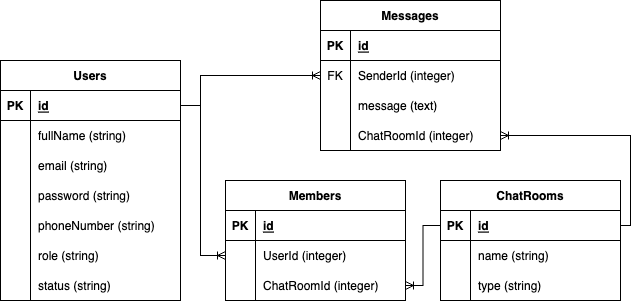
The draw.io diagram server/ERD.png in joshnatanael/Chatting-Apps, before a commit. Source tidied: cells renumbered, new cells last; positions are measured from the earlier drawing's top-left corner, leaving out a move shared by most shapes.
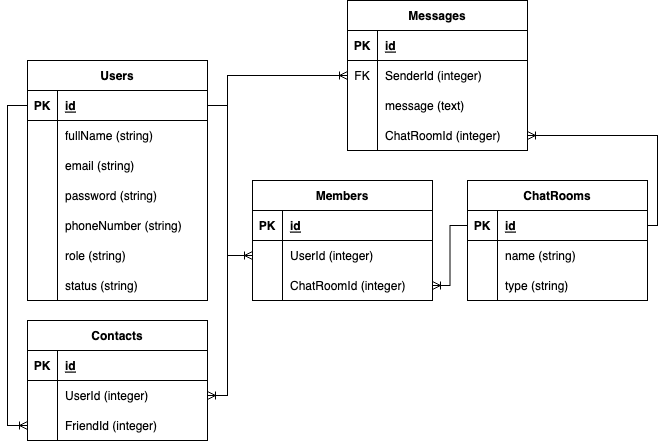
Above is the later version.

Change to the diagram source:
```diff
@@ -189,5 +189,51 @@
     <mxCell id="60" style="edgeStyle=orthogonalEdgeStyle;fontSize=12;html=1;endArrow=ERoneToMany;rounded=0;exitX=1;exitY=0.5;exitDx=0;exitDy=0;entryX=1;entryY=0.5;entryDx=0;entryDy=0;" parent="1" edge="1" source="39" target="34">
       <mxGeometry relative="1" as="geometry" />
     </mxCell>
+    <mxCell id="61" value="Contacts" style="shape=table;startSize=30;rowLines=0;fontStyle=1;align=center;" parent="1" vertex="1">
+      <mxGeometry y="320" width="180" height="120" as="geometry" />
+    </mxCell>
+    <mxCell id="62" style="shape=tableRow;horizontal=0;startSize=0;swimlaneHead=0;swimlaneBody=0;fillColor=none;top=0;left=0;right=0;bottom=1;" parent="61" vertex="1">
+      <mxGeometry y="30" width="180" height="30" as="geometry" />
+    </mxCell>
+    <mxCell id="63" value="PK" style="shape=partialRectangle;fillColor=none;top=0;left=0;bottom=0;right=0;fontStyle=1;overflow=hidden;" parent="62" vertex="1">
+      <mxGeometry width="30" height="30" as="geometry" />
+    </mxCell>
+    <mxCell id="64" value="id" style="shape=partialRectangle;fillColor=none;top=0;left=0;bottom=0;right=0;align=left;spacingLeft=6;fontStyle=5;overflow=hidden;" parent="62" vertex="1">
+      <mxGeometry x="30" width="150" height="30" as="geometry" />
+    </mxCell>
+    <mxCell id="65" style="shape=tableRow;horizontal=0;startSize=0;swimlaneHead=0;swimlaneBody=0;fillColor=none;points=[[0,0.5],[1,0.5]];portConstraint=eastwest;top=0;left=0;right=0;bottom=0;" parent="61" vertex="1">
+      <mxGeometry y="60" width="180" height="30" as="geometry" />
+    </mxCell>
+    <mxCell id="66" style="shape=partialRectangle;fillColor=none;top=0;left=0;bottom=0;right=0;overflow=hidden;" parent="65" vertex="1">
+      <mxGeometry width="30" height="30" as="geometry" />
+    </mxCell>
+    <mxCell id="67" value="UserId (integer)" style="shape=partialRectangle;fillColor=none;top=0;left=0;bottom=0;right=0;align=left;spacingLeft=6;overflow=hidden;" parent="65" vertex="1">
+      <mxGeometry x="30" width="150" height="30" as="geometry" />
+    </mxCell>
+    <mxCell id="68" style="shape=tableRow;horizontal=0;startSize=0;swimlaneHead=0;swimlaneBody=0;fillColor=none;points=[[0,0.5],[1,0.5]];portConstraint=eastwest;top=0;left=0;right=0;bottom=0;" parent="61" vertex="1">
+      <mxGeometry y="90" width="180" height="30" as="geometry" />
+    </mxCell>
+    <mxCell id="69" style="shape=partialRectangle;fillColor=none;top=0;left=0;bottom=0;right=0;overflow=hidden;" parent="68" vertex="1">
+      <mxGeometry width="30" height="30" as="geometry" />
+    </mxCell>
+    <mxCell id="70" value="FriendId (integer)" style="shape=partialRectangle;fillColor=none;top=0;left=0;bottom=0;right=0;align=left;spacingLeft=6;overflow=hidden;" parent="68" vertex="1">
+      <mxGeometry x="30" width="150" height="30" as="geometry" />
+    </mxCell>
+    <mxCell id="71" style="edgeStyle=orthogonalEdgeStyle;fontSize=12;html=1;endArrow=ERoneToMany;rounded=0;exitX=1;exitY=0.5;exitDx=0;exitDy=0;entryX=1;entryY=0.5;entryDx=0;entryDy=0;" parent="1" edge="1" source="3" target="65">
+      <mxGeometry relative="1" as="geometry">
+        <Array as="points">
+          <mxPoint x="200" y="105" />
+          <mxPoint x="200" y="395" />
+        </Array>
+      </mxGeometry>
+    </mxCell>
+    <mxCell id="72" style="edgeStyle=orthogonalEdgeStyle;fontSize=12;html=1;endArrow=ERoneToMany;rounded=0;exitX=0;exitY=0.5;exitDx=0;exitDy=0;entryX=0;entryY=0.5;entryDx=0;entryDy=0;" parent="1" edge="1" source="3" target="68">
+      <mxGeometry relative="1" as="geometry">
+        <Array as="points">
+          <mxPoint x="-20" y="105" />
+          <mxPoint x="-20" y="425" />
+        </Array>
+      </mxGeometry>
+    </mxCell>
   </root>
 </mxGraphModel>
```
